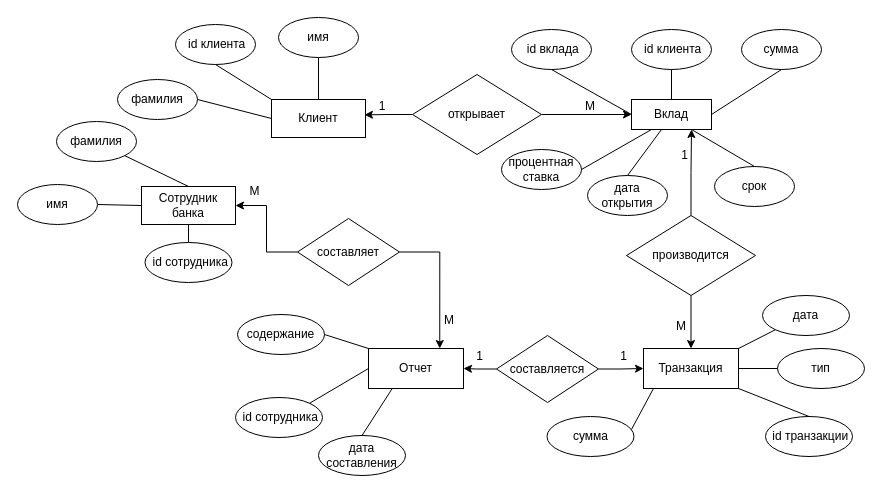
OlegWhiteRose/Architectures-for-highload keeps this draw.io diagram as lab1.drawio. Above is the earlier version. Source tidied: cells renumbered, new cells numbered last; positions are measured from the earlier drawing's top-left corner, leaving out a move shared by most shapes. Both pictures are drawn from the tidied source at 100%, with x=0, y=0 at pixel (17, 17).
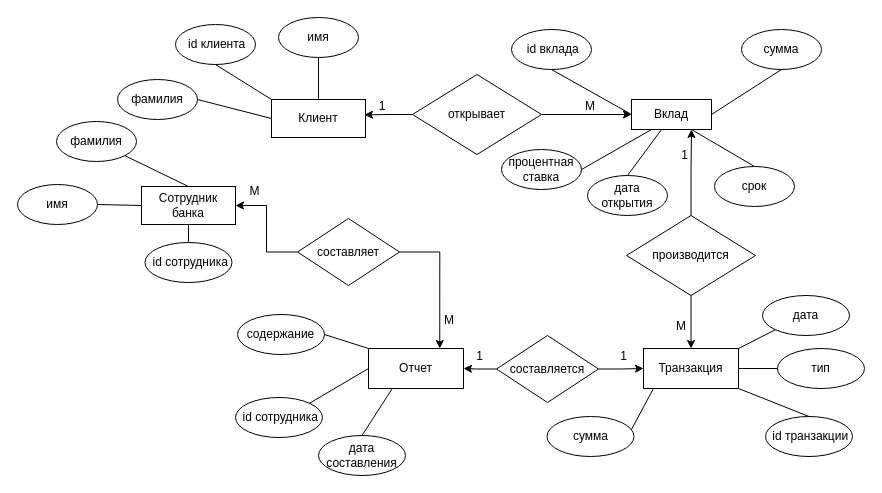
The same diagram, later.

The change refers to these unchanged cells:
```xml
<mxCell id="2" value="Вклад" style="rounded=0;whiteSpace=wrap;html=1;" parent="1" vertex="1">
  <mxGeometry x="614" y="82" width="80" height="30" as="geometry" />
</mxCell>
```

Diff of the diagram source:
```diff
@@
-    <mxCell id="5" value="&amp;nbsp;id клиента" style="ellipse;whiteSpace=wrap;html=1;" parent="1" vertex="1">
-      <mxGeometry x="614" y="12" width="80" height="40" as="geometry" />
-    </mxCell>
-    <mxCell id="6" style="endArrow=none;html=1;rounded=0;exitX=0.5;exitY=1;exitDx=0;exitDy=0;entryX=0.5;entryY=0;entryDx=0;entryDy=0;" parent="1" edge="1" source="5" target="2">
-      <mxGeometry relative="1" as="geometry" />
-    </mxCell>
```
